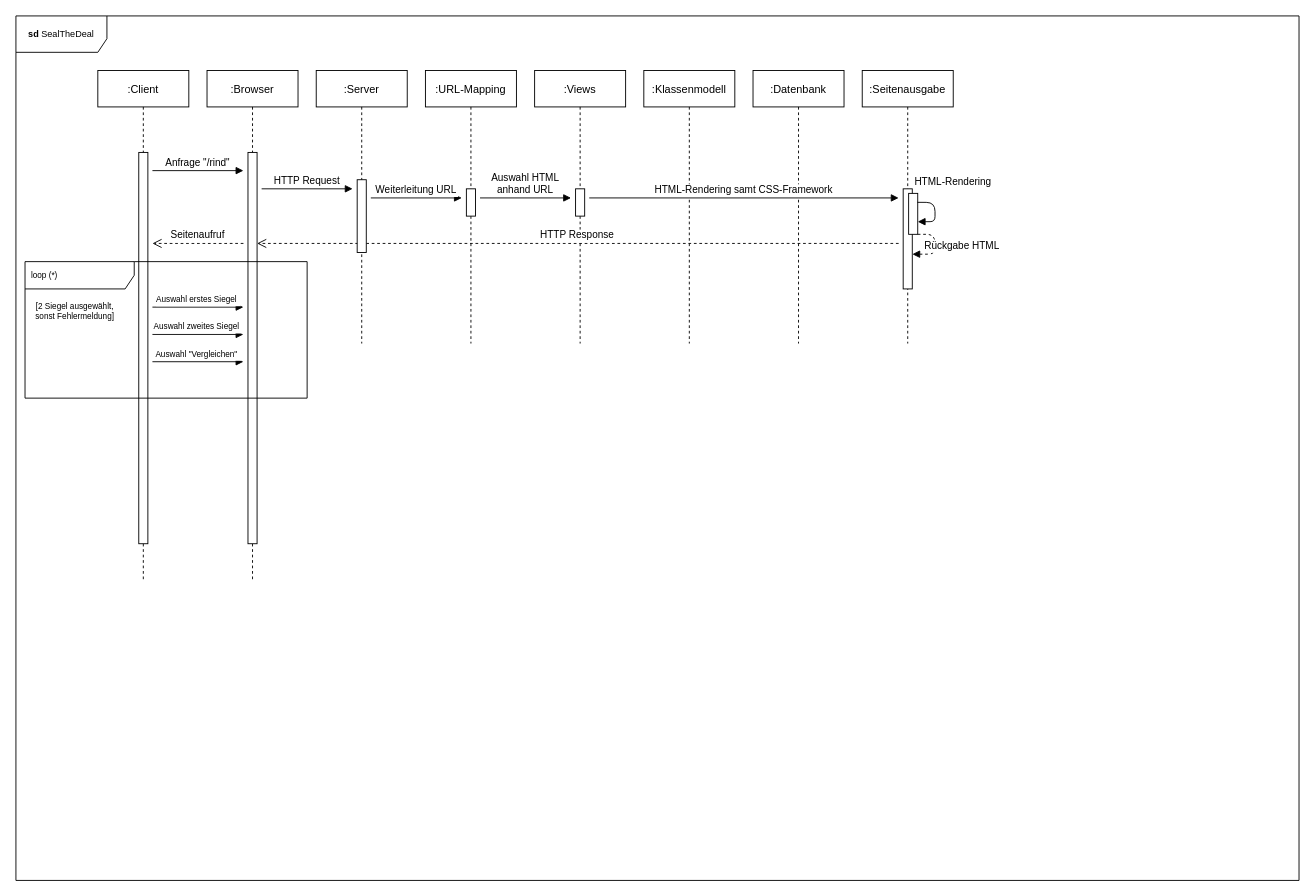
Before: Sequenzdiagramm.drawio in schnarkus/SWE-II, a draw.io diagram. Source tidied: cells renumbered, new cells numbered last; positions are measured from the earlier drawing's top-left corner, leaving out a move shared by most shapes. Both pictures are drawn from the tidied source at 91%, with x=0, y=0 at pixel (-171, 15).
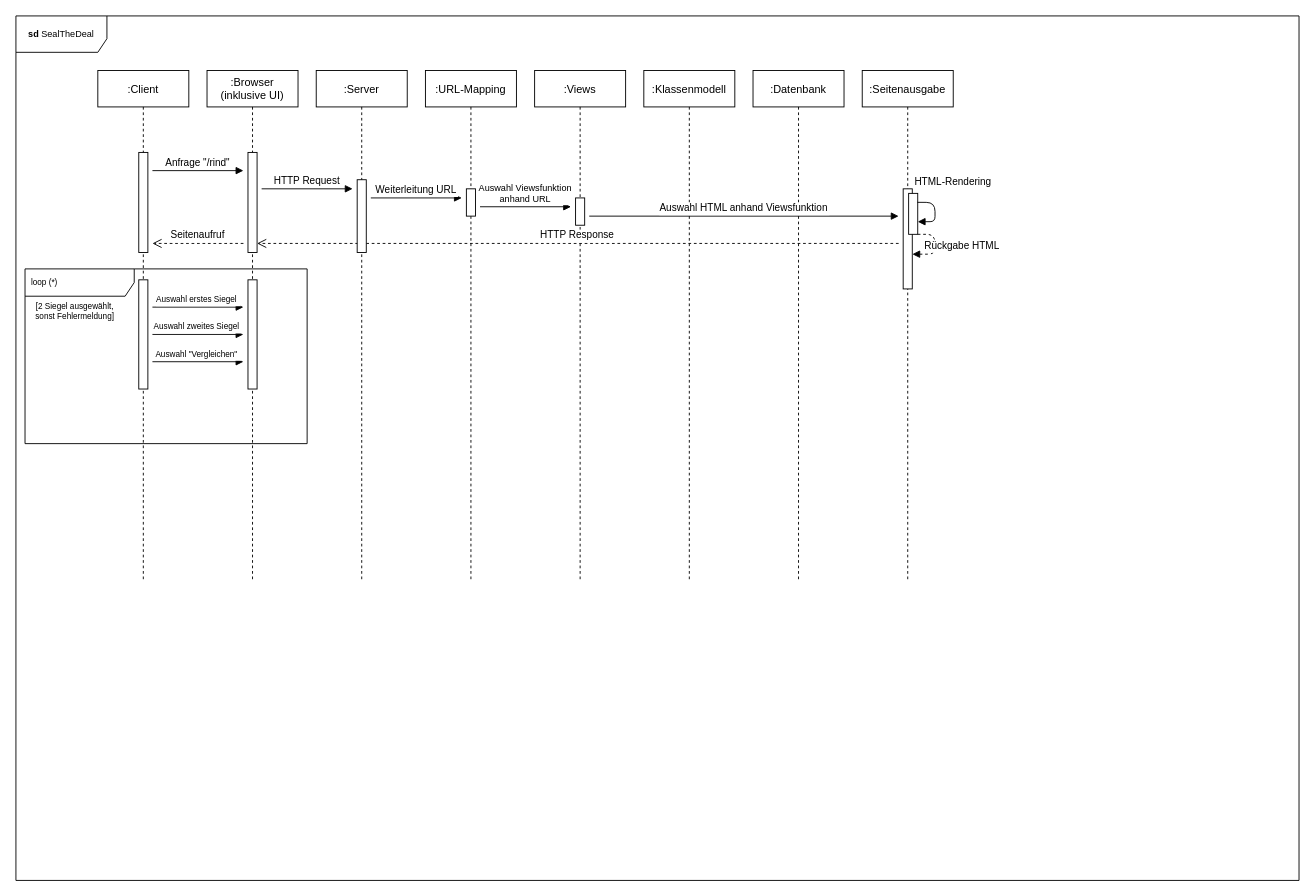
Above is the later version.

Commit message:
noch mehr Fortschritt

Unchanged cells that the change refers to:
```xml
<mxCell id="9" value=":Client" style="shape=umlLifeline;perimeter=lifelinePerimeter;rounded=0;shadow=0;strokeWidth=1;" parent="1" vertex="1">
  <mxGeometry x="295" y="60" width="100" height="560" as="geometry" />
</mxCell>
```

Diff of the diagram source:
```diff
@@
-    <mxCell id="5" value=":Browser" style="shape=umlLifeline;perimeter=lifelinePerimeter;rounded=0;shadow=0;strokeWidth=1;" parent="1" vertex="1">
+    <mxCell id="5" value=":Browser &#10;(inklusive UI)" style="shape=umlLifeline;perimeter=lifelinePerimeter;rounded=0;shadow=0;strokeWidth=1;" parent="1" vertex="1">
       <mxGeometry x="415" y="60" width="100" height="560" as="geometry" />
     </mxCell>
     <mxCell id="6" style="points=[];perimeter=orthogonalPerimeter;rounded=0;shadow=0;strokeWidth=1;" parent="5" vertex="1">
-      <mxGeometry x="45" y="90" width="10" height="430" as="geometry" />
+      <mxGeometry x="45" y="90" width="10" height="110" as="geometry" />
     </mxCell>
@@
     <mxCell id="10" style="perimeter=orthogonalPerimeter;rounded=0;shadow=0;strokeWidth=1;" parent="9" vertex="1">
-      <mxGeometry x="45" y="90" width="10" height="430" as="geometry" />
+      <mxGeometry x="45" y="90" width="10" height="110" as="geometry" />
     </mxCell>
     <mxCell id="11" value=":Datenbank" style="shape=umlLifeline;perimeter=lifelinePerimeter;rounded=0;shadow=0;strokeWidth=1;" parent="1" vertex="1">
-      <mxGeometry x="1015" y="60" width="100" height="300" as="geometry" />
+      <mxGeometry x="1015" y="60" width="100" height="560" as="geometry" />
     </mxCell>
     <mxCell id="12" value=":URL-Mapping" style="shape=umlLifeline;perimeter=lifelinePerimeter;rounded=0;shadow=0;strokeWidth=1;" parent="1" vertex="1">
-      <mxGeometry x="655" y="60" width="100" height="300" as="geometry" />
+      <mxGeometry x="655" y="60" width="100" height="560" as="geometry" />
     </mxCell>
@@
     <mxCell id="14" value=":Views" style="shape=umlLifeline;perimeter=lifelinePerimeter;rounded=0;shadow=0;strokeWidth=1;" parent="1" vertex="1">
-      <mxGeometry x="775" y="60" width="100" height="300" as="geometry" />
+      <mxGeometry x="775" y="60" width="100" height="560" as="geometry" />
     </mxCell>
     <mxCell id="15" style="perimeter=orthogonalPerimeter;rounded=0;shadow=0;strokeWidth=1;" parent="14" vertex="1">
-      <mxGeometry x="45" y="130" width="10" height="30" as="geometry" />
+      <mxGeometry x="45" y="140" width="10" height="30" as="geometry" />
     </mxCell>
+    <mxCell id="29" value="Auswahl Viewsfunktion&#10;anhand URL" style="verticalAlign=bottom;endArrow=block;shadow=0;strokeWidth=1;fontSize=10;" parent="14" edge="1">
+      <mxGeometry relative="1" as="geometry">
+        <mxPoint x="-60" y="149.7" as="sourcePoint" />
+        <mxPoint x="40" y="149.7" as="targetPoint" />
+      </mxGeometry>
+    </mxCell>
     <mxCell id="16" value=":Klassenmodell" style="shape=umlLifeline;perimeter=lifelinePerimeter;rounded=0;shadow=0;strokeWidth=1;" parent="1" vertex="1">
-      <mxGeometry x="895" y="60" width="100" height="300" as="geometry" />
+      <mxGeometry x="895" y="60" width="100" height="560" as="geometry" />
     </mxCell>
     <mxCell id="17" value=":Seitenausgabe" style="shape=umlLifeline;perimeter=lifelinePerimeter;rounded=0;shadow=0;strokeWidth=1;" parent="1" vertex="1">
-      <mxGeometry x="1135" y="60" width="100" height="300" as="geometry" />
+      <mxGeometry x="1135" y="60" width="100" height="560" as="geometry" />
     </mxCell>
@@
     <mxCell id="24" value=":Server" style="shape=umlLifeline;perimeter=lifelinePerimeter;rounded=0;shadow=0;strokeWidth=1;" parent="1" vertex="1">
-      <mxGeometry x="535" y="60" width="100" height="300" as="geometry" />
+      <mxGeometry x="535" y="60" width="100" height="560" as="geometry" />
     </mxCell>
@@
-    <mxCell id="29" value="Auswahl HTML&#10;anhand URL" style="verticalAlign=bottom;endArrow=block;shadow=0;strokeWidth=1;" parent="1" edge="1">
-      <mxGeometry relative="1" as="geometry">
-        <mxPoint x="715" y="200" as="sourcePoint" />
-        <mxPoint x="815" y="200" as="targetPoint" />
-      </mxGeometry>
-    </mxCell>
-    <mxCell id="30" value="HTML-Rendering samt CSS-Framework" style="verticalAlign=bottom;endArrow=block;shadow=0;strokeWidth=1;" parent="1" edge="1">
+    <mxCell id="30" value="Auswahl HTML anhand Viewsfunktion" style="verticalAlign=bottom;endArrow=block;shadow=0;strokeWidth=1;" parent="1" edge="1">
       <mxGeometry relative="1" as="geometry">
-        <mxPoint x="835" y="200" as="sourcePoint" />
-        <mxPoint x="1175" y="200" as="targetPoint" />
+        <mxPoint x="835" y="220" as="sourcePoint" />
+        <mxPoint x="1175" y="220" as="targetPoint" />
       </mxGeometry>
     </mxCell>
@@
     <mxCell id="32" value="loop (*)" style="shape=umlFrame;whiteSpace=wrap;html=1;width=120;height=30;boundedLbl=1;verticalAlign=middle;align=left;spacingLeft=5;fontSize=9;" parent="1" vertex="1">
-      <mxGeometry x="215" y="270" width="310" height="150" as="geometry" />
+      <mxGeometry x="215" y="278" width="310" height="192" as="geometry" />
     </mxCell>
@@
+    <mxCell id="34" style="perimeter=orthogonalPerimeter;rounded=0;shadow=0;strokeWidth=1;" parent="1" vertex="1">
+      <mxGeometry x="340" y="290" width="10" height="120" as="geometry" />
+    </mxCell>
+    <mxCell id="35" style="perimeter=orthogonalPerimeter;rounded=0;shadow=0;strokeWidth=1;" parent="1" vertex="1">
+      <mxGeometry x="460" y="290" width="10" height="120" as="geometry" />
+    </mxCell>
```
